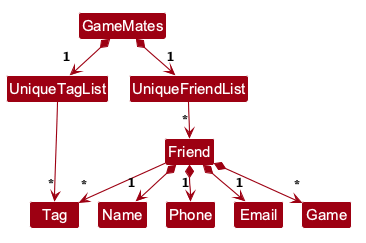
The PlantUML diagram pr-preview/pr-192/images/BetterModelClassDiagram.png in AY2627S1-CS2103T-W14-3/tp, before a commit. The source it was exported from:
```plantuml
@startuml
!pragma layout smetana
!include style.puml
skinparam arrowThickness 1.1
skinparam arrowColor MODEL_COLOR
skinparam classBackgroundColor MODEL_COLOR

GameMates *--> "1\n<size:6> </size>" UniqueFriendList
GameMates *--> "1\n<size:6> </size>" UniqueTagList

UniqueFriendList --> "*\n<size:6> </size>" Friend
UniqueTagList ---> "*\n<size:6> </size>" Tag

Friend --> "*\n<size:6> </size>" Tag

Friend *--> "1\n<size:6> </size>" Name
Friend *--> "1\n<size:6> </size>" Phone
Friend *--> "1\n<size:6> </size>" Email
Friend *--> "*\n<size:6> </size>" Game
@enduml
```
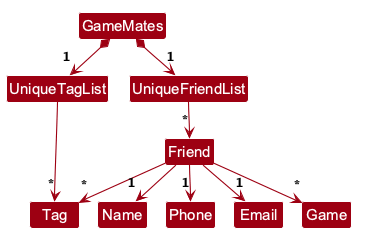
Above is the later version.

Change to the diagram source:
```diff
@@ -13,8 +13,8 @@
 
 Friend --> "*\n<size:6> </size>" Tag
 
-Friend *--> "1\n<size:6> </size>" Name
-Friend *--> "1\n<size:6> </size>" Phone
-Friend *--> "1\n<size:6> </size>" Email
-Friend *--> "*\n<size:6> </size>" Game
+Friend --> "1\n<size:6> </size>" Name
+Friend --> "1\n<size:6> </size>" Phone
+Friend --> "1\n<size:6> </size>" Email
+Friend --> "*\n<size:6> </size>" Game
 @enduml
```
